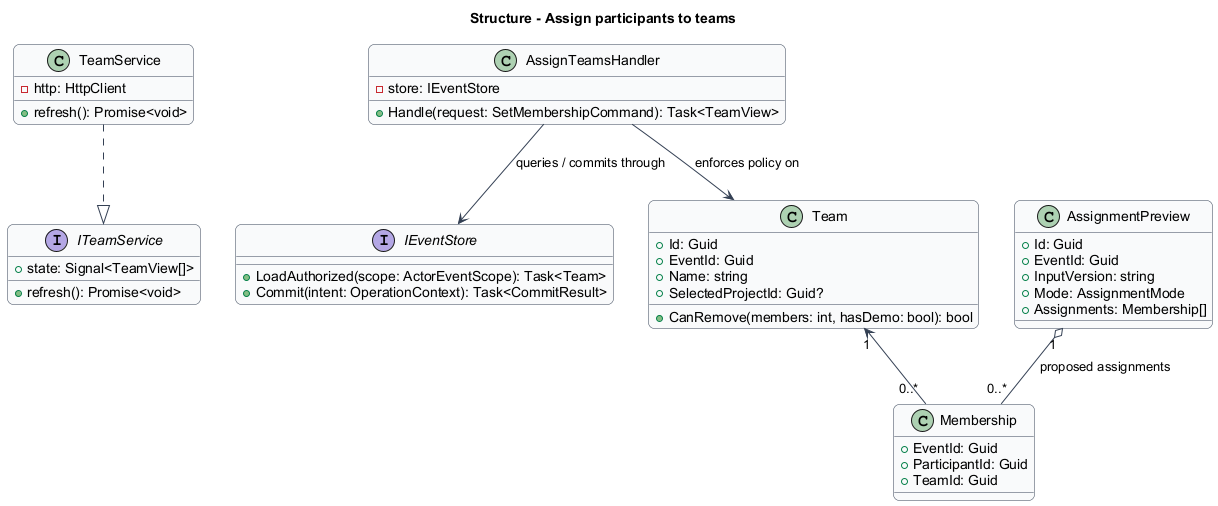
Before: docs/detailed-designs/teams-projects/assign-teams/diagrams/classes.png, a diagram exported from PlantUML (QuinntyneBrown/faithtech-toronto-ai-build-event).
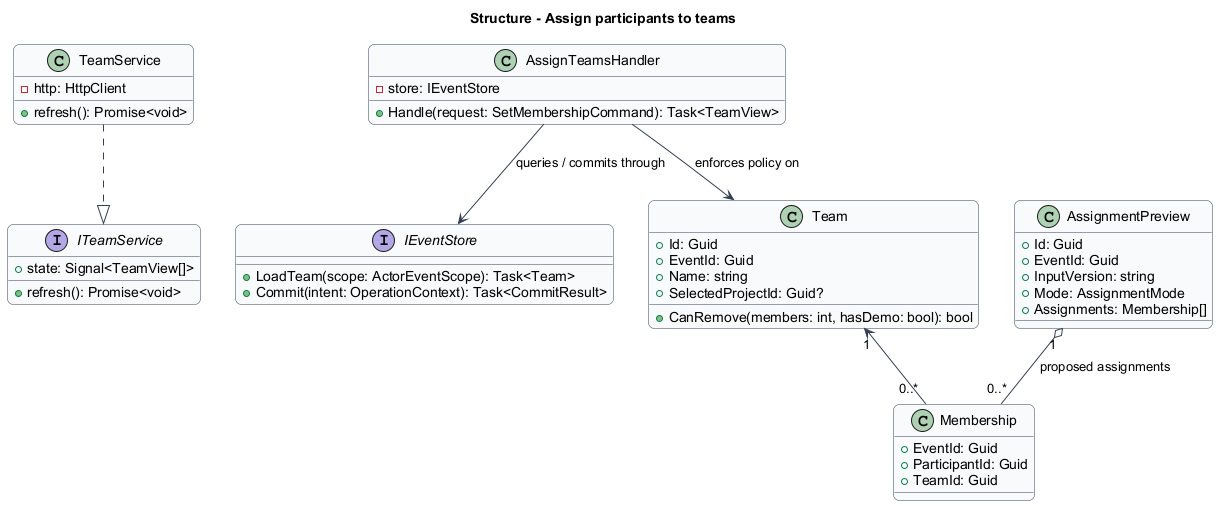
Later version of the same file.

Diff of the diagram source:
```diff
@@ -22,7 +22,7 @@
   +Handle(request: SetMembershipCommand): Task<TeamView>
 }
 interface IEventStore {
-  +LoadAuthorized(scope: ActorEventScope): Task<Team>
+  +LoadTeam(scope: ActorEventScope): Task<Team>
   +Commit(intent: OperationContext): Task<CommitResult>
 }
 class Team {
```
